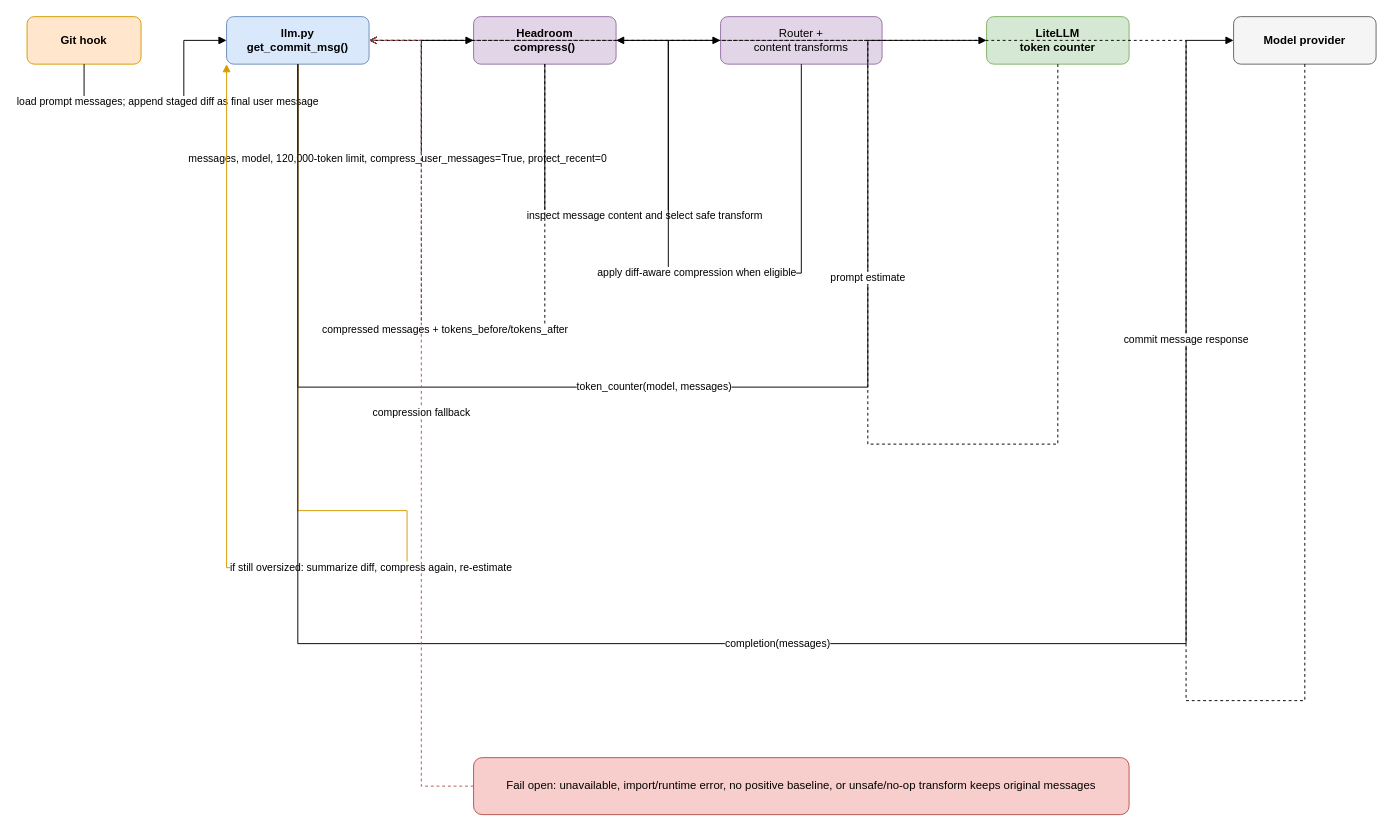
electrocucaracha/ai-prepare-commit-msg keeps this draw.io diagram as docs/assets/diagrams/headroom-sequence.drawio. Above is the earlier version. Source tidied: cells renumbered, new cells numbered last; positions are measured from the earlier drawing's top-left corner, leaving out a move shared by most shapes. Both pictures are drawn from the tidied source at 95%, with x=0, y=0 at pixel (27, 16).
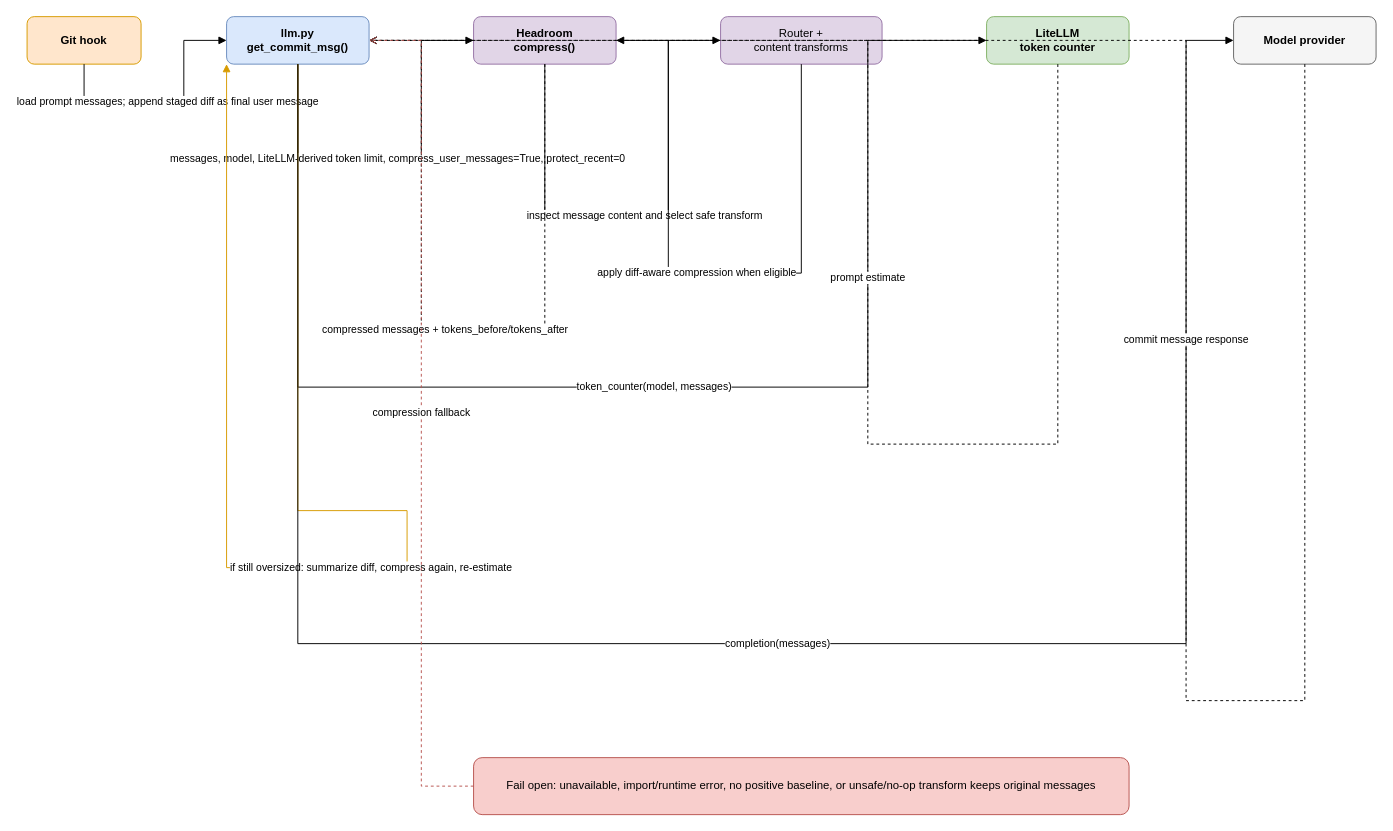
The same diagram, later.

The change refers to these unchanged cells:
```xml
<mxCell id="3" value="llm.py&#10;get_commit_msg()" style="rounded=1;whiteSpace=wrap;html=1;fillColor=#dae8fc;strokeColor=#6c8ebf;fontStyle=1;" parent="1" vertex="1">
  <mxGeometry x="210" width="150" height="50" as="geometry" />
</mxCell>
<mxCell id="4" value="Headroom&#10;compress()" style="rounded=1;whiteSpace=wrap;html=1;fillColor=#e1d5e7;strokeColor=#9673a6;fontStyle=1;" parent="1" vertex="1">
  <mxGeometry x="470" width="150" height="50" as="geometry" />
</mxCell>
```

What changed in the source:
```diff
@@
-    <mxCell id="9" value="messages, model, 120,000-token limit, compress_user_messages=True, protect_recent=0" style="edgeStyle=orthogonalEdgeStyle;rounded=0;jettySize=auto;html=1;endArrow=block;" parent="1" edge="1" source="3" target="4">
+    <mxCell id="9" value="messages, model, LiteLLM-derived token limit, compress_user_messages=True, protect_recent=0" style="edgeStyle=orthogonalEdgeStyle;rounded=0;jettySize=auto;html=1;endArrow=block;" parent="1" edge="1" source="3" target="4">
       <mxGeometry relative="1" as="geometry">
         <Array as="points">
           <mxPoint x="415" y="150" />
         </Array>
       </mxGeometry>
     </mxCell>
```
